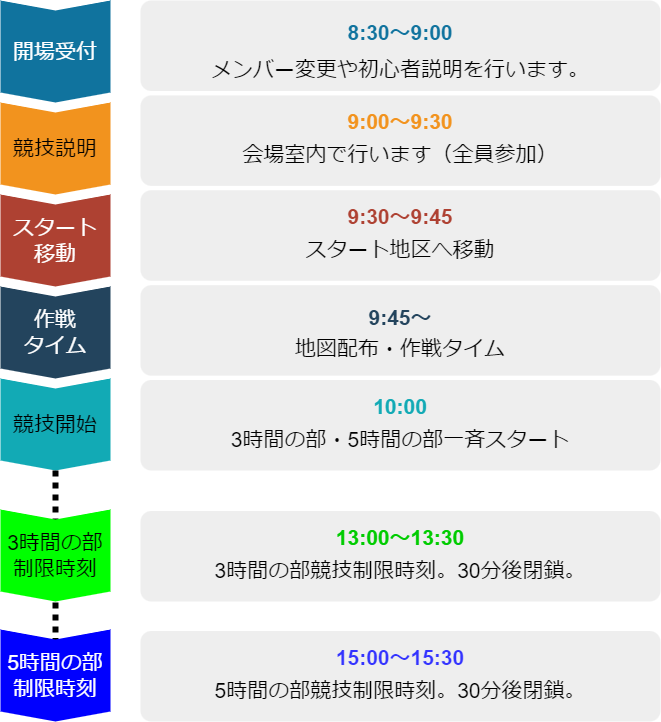
Earlier version of the draw.io export source/events/rogaining2024/assets/time_table.png (ta-ichihashi/information). Source tidied: cells renumbered, new cells last; positions are measured from the earlier drawing's top-left corner, leaving out a move shared by most shapes.
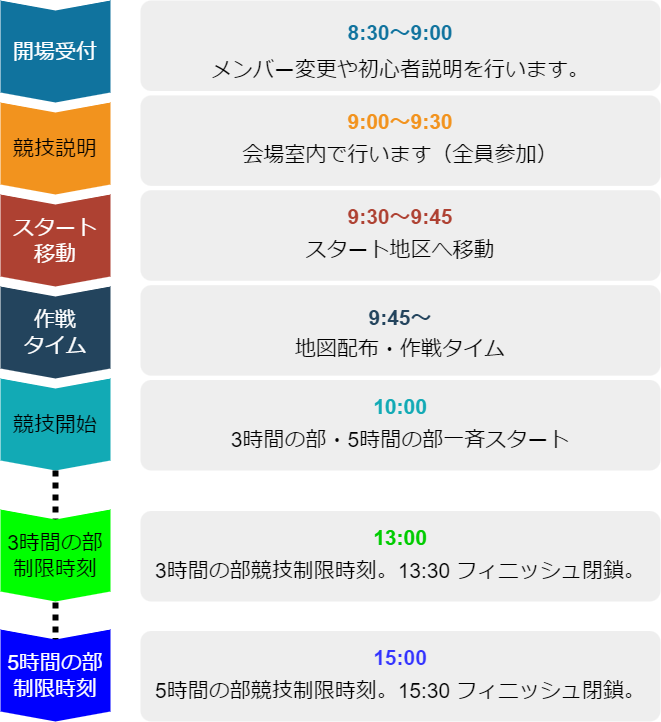
Later version of the same file.

Diff of the diagram source:
```diff
@@ -35,7 +35,7 @@
     <mxCell id="12" value="&lt;p style=&quot;line-height: 0.9;&quot;&gt;&lt;/p&gt;&lt;div style=&quot;&quot;&gt;&lt;p style=&quot;line-height: 0.7;&quot;&gt;&lt;b style=&quot;color: rgb(18, 170, 181); font-size: 21px;&quot;&gt;10:00&lt;/b&gt;&lt;br&gt;&lt;/p&gt;&lt;/div&gt;&lt;p&gt;&lt;/p&gt;&lt;div style=&quot;&quot;&gt;&lt;span style=&quot;font-size: 21px;&quot;&gt;3時間の部・5時間の部&lt;/span&gt;&lt;span style=&quot;font-size: 21px; background-color: initial;&quot;&gt;一斉スタート&lt;/span&gt;&lt;br&gt;&lt;/div&gt;&lt;p&gt;&lt;/p&gt;" style="rounded=1;strokeColor=none;fillColor=#EEEEEE;align=center;arcSize=12;verticalAlign=top;whiteSpace=wrap;html=1;fontSize=12;perimeterSpacing=0;spacingRight=4;spacingLeft=4;spacingTop=1;spacingBottom=1;" parent="1" vertex="1">
       <mxGeometry x="140" y="379.5" width="520" height="90.5" as="geometry" />
     </mxCell>
-    <mxCell id="13" value="&lt;p style=&quot;line-height: 0.9;&quot;&gt;&lt;/p&gt;&lt;div style=&quot;&quot;&gt;&lt;p style=&quot;line-height: 0.7;&quot;&gt;&lt;b style=&quot;font-size: 21px;&quot;&gt;&lt;font color=&quot;#00cc00&quot;&gt;13:00～13:30&lt;/font&gt;&lt;/b&gt;&lt;br&gt;&lt;/p&gt;&lt;/div&gt;&lt;p&gt;&lt;/p&gt;&lt;div style=&quot;&quot;&gt;&lt;span style=&quot;font-size: 21px;&quot;&gt;3時間の部競技制限時刻。30分後閉鎖。&lt;/span&gt;&lt;br&gt;&lt;/div&gt;&lt;p&gt;&lt;/p&gt;" style="rounded=1;strokeColor=none;fillColor=#EEEEEE;align=center;arcSize=12;verticalAlign=top;whiteSpace=wrap;html=1;fontSize=12;perimeterSpacing=0;spacingRight=4;spacingLeft=4;spacingTop=1;spacingBottom=1;" parent="1" vertex="1">
+    <mxCell id="13" value="&lt;p style=&quot;line-height: 0.9;&quot;&gt;&lt;/p&gt;&lt;div style=&quot;&quot;&gt;&lt;p style=&quot;line-height: 0.7;&quot;&gt;&lt;b style=&quot;font-size: 21px;&quot;&gt;&lt;font color=&quot;#00cc00&quot;&gt;13:00&lt;/font&gt;&lt;/b&gt;&lt;br&gt;&lt;/p&gt;&lt;/div&gt;&lt;p&gt;&lt;/p&gt;&lt;div style=&quot;&quot;&gt;&lt;/div&gt;&lt;span style=&quot;font-size: 21px;&quot;&gt;3時間の部競技制限時刻。13:30 フィニッシュ閉鎖。&lt;/span&gt;&lt;span style=&quot;font-size: 21px;&quot;&gt;&lt;br&gt;&lt;/span&gt;&lt;p&gt;&lt;/p&gt;" style="rounded=1;strokeColor=none;fillColor=#EEEEEE;align=center;arcSize=12;verticalAlign=top;whiteSpace=wrap;html=1;fontSize=12;perimeterSpacing=0;spacingRight=4;spacingLeft=4;spacingTop=1;spacingBottom=1;" parent="1" vertex="1">
       <mxGeometry x="140" y="510.5" width="520" height="90.5" as="geometry" />
     </mxCell>
     <mxCell id="14" style="edgeStyle=orthogonalEdgeStyle;rounded=0;jettySize=auto;html=1;fontSize=17;fontColor=#00CC00;strokeWidth=6;endArrow=none;endFill=0;dashed=1;dashPattern=1 1;" parent="1" edge="1" source="7" target="15">
@@ -44,7 +44,7 @@
     <mxCell id="15" value="&lt;span style=&quot;font-size: 21px;&quot;&gt;&lt;font color=&quot;#ffffff&quot;&gt;5時間の部&lt;br&gt;制限時刻&lt;/font&gt;&lt;br&gt;&lt;/span&gt;" style="shape=step;perimeter=stepPerimeter;whiteSpace=wrap;html=1;fixedSize=1;size=10;direction=south;fillColor=#0000FF;strokeColor=none;rounded=0;" parent="1" vertex="1">
       <mxGeometry y="629" width="110" height="92" as="geometry" />
     </mxCell>
-    <mxCell id="16" value="&lt;p style=&quot;line-height: 0.9;&quot;&gt;&lt;/p&gt;&lt;div style=&quot;&quot;&gt;&lt;p style=&quot;line-height: 0.7;&quot;&gt;&lt;b style=&quot;font-size: 21px;&quot;&gt;&lt;font color=&quot;#3333ff&quot;&gt;15:00～15:30&lt;/font&gt;&lt;/b&gt;&lt;br&gt;&lt;/p&gt;&lt;/div&gt;&lt;p&gt;&lt;/p&gt;&lt;div style=&quot;&quot;&gt;&lt;span style=&quot;font-size: 21px;&quot;&gt;5時間の部競技制限時刻。30分後閉鎖。&lt;/span&gt;&lt;br&gt;&lt;/div&gt;&lt;p&gt;&lt;/p&gt;" style="rounded=1;strokeColor=none;fillColor=#EEEEEE;align=center;arcSize=12;verticalAlign=top;whiteSpace=wrap;html=1;fontSize=12;perimeterSpacing=0;spacingRight=4;spacingLeft=4;spacingTop=1;spacingBottom=1;" parent="1" vertex="1">
+    <mxCell id="16" value="&lt;p style=&quot;line-height: 0.9;&quot;&gt;&lt;/p&gt;&lt;div style=&quot;&quot;&gt;&lt;p style=&quot;line-height: 0.7;&quot;&gt;&lt;b style=&quot;font-size: 21px;&quot;&gt;&lt;font color=&quot;#3333ff&quot;&gt;15:00&lt;/font&gt;&lt;/b&gt;&lt;br&gt;&lt;/p&gt;&lt;/div&gt;&lt;p&gt;&lt;/p&gt;&lt;div style=&quot;&quot;&gt;&lt;span style=&quot;font-size: 21px;&quot;&gt;5時間の部競技制限時刻。15:30 フィニッシュ閉鎖。&lt;/span&gt;&lt;br&gt;&lt;/div&gt;&lt;p&gt;&lt;/p&gt;" style="rounded=1;strokeColor=none;fillColor=#EEEEEE;align=center;arcSize=12;verticalAlign=top;whiteSpace=wrap;html=1;fontSize=12;perimeterSpacing=0;spacingRight=4;spacingLeft=4;spacingTop=1;spacingBottom=1;" parent="1" vertex="1">
       <mxGeometry x="140" y="630.5" width="520" height="90.5" as="geometry" />
     </mxCell>
     <mxCell id="17" value="&lt;span style=&quot;font-size: 21px;&quot;&gt;3時間の部&lt;br&gt;制限時刻&lt;br&gt;&lt;/span&gt;" style="shape=step;perimeter=stepPerimeter;whiteSpace=wrap;html=1;fixedSize=1;size=10;direction=south;fillColor=#00FF00;strokeColor=none;rounded=0;" parent="1" vertex="1">
```
